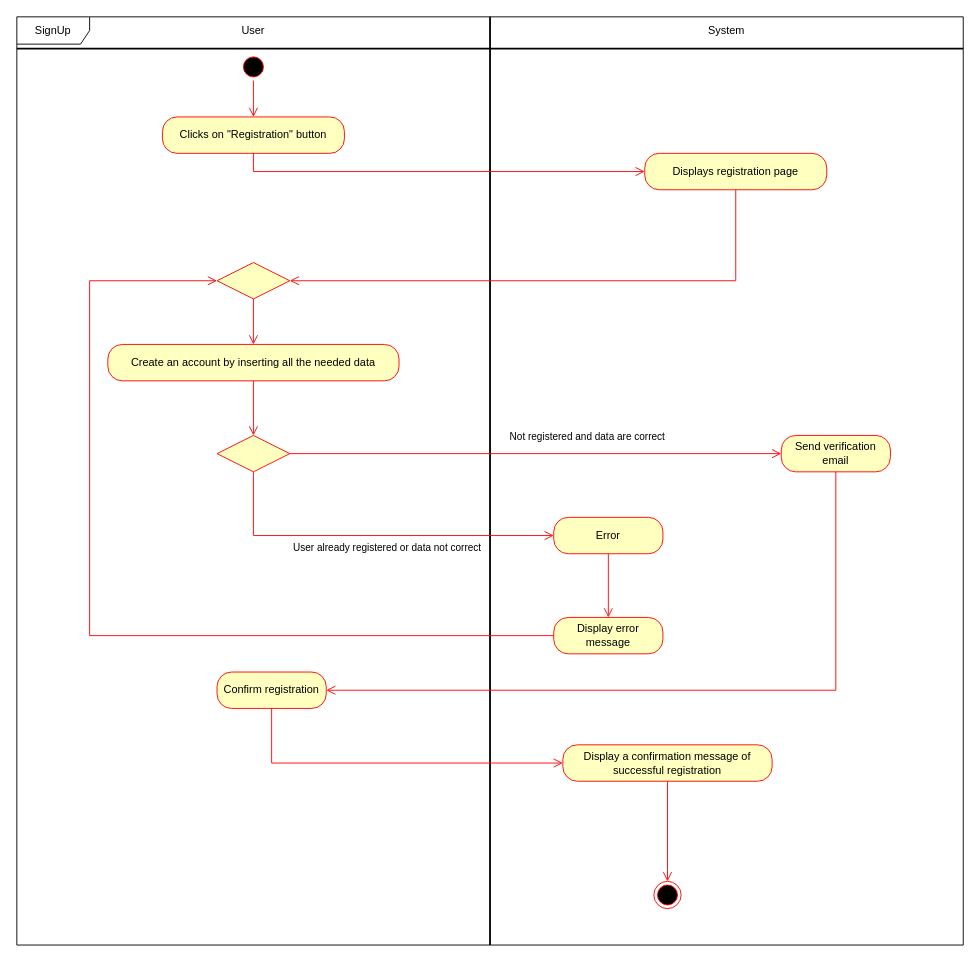
matteovisotto/SE2-CecchettoSirianiVisotto keeps this draw.io diagram as page "SignUp" (1 of 4) of User.drawio. Above is the earlier version. Source tidied: cells renumbered, new cells numbered last; positions are measured from the earlier drawing's top-left corner, leaving out a move shared by most shapes. Both pictures are drawn from the tidied source at 91%, with x=0, y=0 at pixel (16, 16).
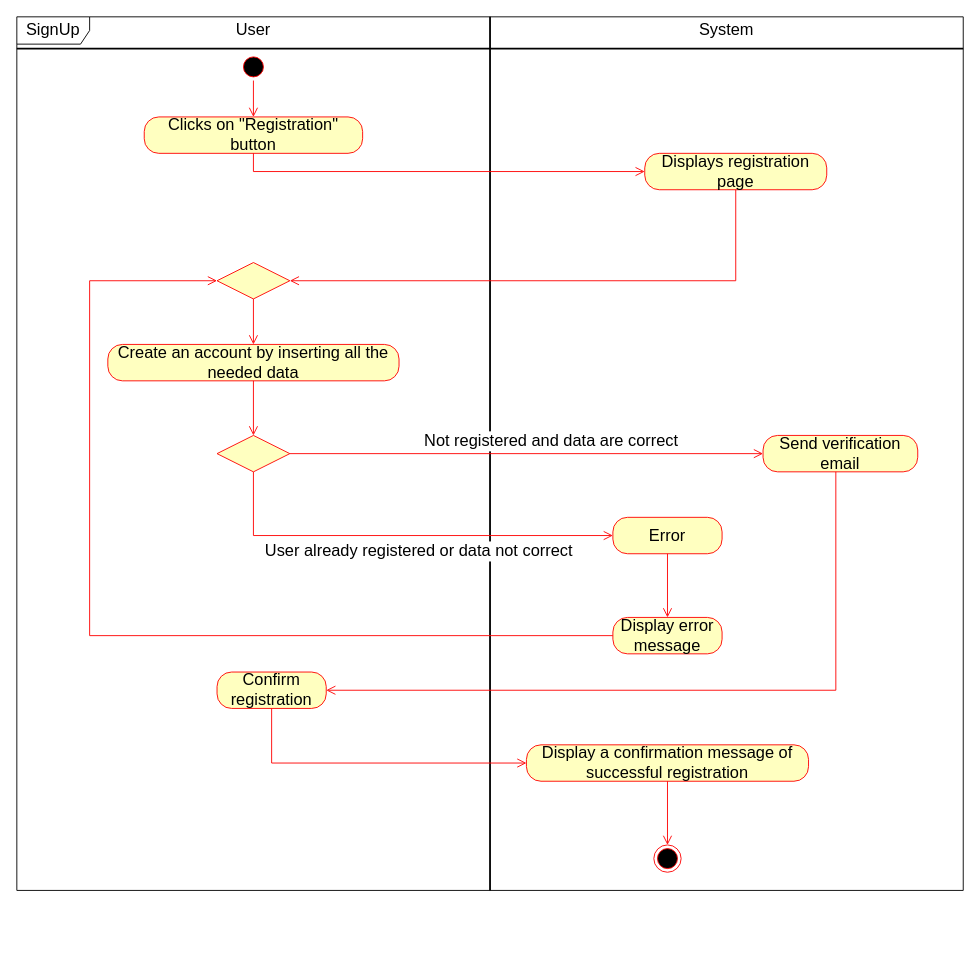
The same diagram, later.

The change refers to these unchanged cells:
```xml
<mxCell id="10" style="rhombus;whiteSpace=wrap;html=1;fillColor=#ffffc0;strokeColor=#ff0000;" parent="1" vertex="1">
  <mxGeometry x="220" y="460" width="80" height="40" as="geometry" />
</mxCell>
```

The edit, as a diff of the source:
```diff
@@
-    <mxCell id="2" value="SignUp" style="shape=umlFrame;whiteSpace=wrap;html=1;width=80;height=30;" parent="1" vertex="1">
-      <mxGeometry width="1040" height="1020" as="geometry" />
+    <mxCell id="2" value="&lt;font style=&quot;font-size: 18px&quot;&gt;SignUp&lt;/font&gt;" style="shape=umlFrame;whiteSpace=wrap;html=1;width=80;height=30;" parent="1" vertex="1">
+      <mxGeometry width="1040" height="960" as="geometry" />
     </mxCell>
     <mxCell id="3" style="line;strokeWidth=2;direction=south;html=1;" parent="1" vertex="1">
-      <mxGeometry x="515" width="10" height="1020" as="geometry" />
+      <mxGeometry x="515" width="10" height="960" as="geometry" />
     </mxCell>
@@
-    <mxCell id="8" value="Create an account by inserting all the needed data" style="rounded=1;whiteSpace=wrap;html=1;arcSize=40;fontColor=#000000;fillColor=#ffffc0;strokeColor=#ff0000;" parent="1" vertex="1">
+    <mxCell id="8" value="&lt;font style=&quot;font-size: 18px&quot;&gt;Create an account by inserting all the needed data&lt;/font&gt;" style="rounded=1;whiteSpace=wrap;html=1;arcSize=40;fontColor=#000000;fillColor=#ffffc0;strokeColor=#ff0000;" parent="1" vertex="1">
       <mxGeometry x="100" y="360" width="320" height="40" as="geometry" />
     </mxCell>
@@
-    <mxCell id="11" value="Not registered and data are correct" style="edgeStyle=orthogonalEdgeStyle;html=1;align=left;verticalAlign=bottom;endArrow=open;endSize=8;strokeColor=#ff0000;rounded=0;" parent="1" edge="1" source="10" target="14">
-      <mxGeometry x="-0.11" y="10" relative="1" as="geometry" />
+    <mxCell id="11" value="&lt;font style=&quot;font-size: 18px&quot;&gt;Not registered and data are correct&lt;/font&gt;" style="edgeStyle=orthogonalEdgeStyle;html=1;align=left;verticalAlign=bottom;endArrow=open;endSize=8;strokeColor=#ff0000;rounded=0;" parent="1" edge="1" source="10" target="14">
+      <mxGeometry x="-0.44" relative="1" as="geometry" />
     </mxCell>
-    <mxCell id="12" value="User already registered or data not correct" style="edgeStyle=orthogonalEdgeStyle;html=1;align=left;verticalAlign=top;endArrow=open;endSize=8;strokeColor=#ff0000;rounded=0;" parent="1" edge="1" source="10" target="25">
-      <mxGeometry x="-0.44" relative="1" as="geometry">
+    <mxCell id="12" value="&lt;font style=&quot;font-size: 18px&quot;&gt;User already registered or data not correct&lt;/font&gt;" style="edgeStyle=orthogonalEdgeStyle;html=1;align=left;verticalAlign=top;endArrow=open;endSize=8;strokeColor=#ff0000;rounded=0;" parent="1" edge="1" source="10" target="25">
+      <mxGeometry x="-0.65" relative="1" as="geometry">
         <Array as="points">
           <mxPoint x="260" y="570" />
         </Array>
       </mxGeometry>
     </mxCell>
@@
-    <mxCell id="14" value="Send verification email" style="rounded=1;whiteSpace=wrap;html=1;arcSize=40;fontColor=#000000;fillColor=#ffffc0;strokeColor=#ff0000;" parent="1" vertex="1">
-      <mxGeometry x="840" y="460" width="120" height="40" as="geometry" />
+    <mxCell id="14" value="&lt;font style=&quot;font-size: 18px&quot;&gt;Send verification email&lt;/font&gt;" style="rounded=1;whiteSpace=wrap;html=1;arcSize=40;fontColor=#000000;fillColor=#ffffc0;strokeColor=#ff0000;" parent="1" vertex="1">
+      <mxGeometry x="820" y="460" width="170" height="40" as="geometry" />
     </mxCell>
@@
-    <mxCell id="16" value="Confirm registration" style="rounded=1;whiteSpace=wrap;html=1;arcSize=40;fontColor=#000000;fillColor=#ffffc0;strokeColor=#ff0000;" parent="1" vertex="1">
+    <mxCell id="16" value="&lt;font style=&quot;font-size: 18px&quot;&gt;Confirm registration&lt;/font&gt;" style="rounded=1;whiteSpace=wrap;html=1;arcSize=40;fontColor=#000000;fillColor=#ffffc0;strokeColor=#ff0000;" parent="1" vertex="1">
       <mxGeometry x="220" y="720" width="120" height="40" as="geometry" />
     </mxCell>
@@
-    <mxCell id="18" value="Display a confirmation message of successful registration" style="rounded=1;whiteSpace=wrap;html=1;arcSize=40;fontColor=#000000;fillColor=#ffffc0;strokeColor=#ff0000;" parent="1" vertex="1">
-      <mxGeometry x="600" y="800" width="230" height="40" as="geometry" />
+    <mxCell id="18" value="&lt;font style=&quot;font-size: 18px&quot;&gt;Display a confirmation message of successful registration&lt;/font&gt;" style="rounded=1;whiteSpace=wrap;html=1;arcSize=40;fontColor=#000000;fillColor=#ffffc0;strokeColor=#ff0000;" parent="1" vertex="1">
+      <mxGeometry x="560" y="800" width="310" height="40" as="geometry" />
     </mxCell>
@@
     <mxCell id="20" style="ellipse;html=1;shape=endState;fillColor=#000000;strokeColor=#ff0000;" parent="1" vertex="1">
-      <mxGeometry x="700" y="950" width="30" height="30" as="geometry" />
+      <mxGeometry x="700" y="910" width="30" height="30" as="geometry" />
     </mxCell>
@@
-    <mxCell id="22" value="User" style="text;html=1;strokeColor=none;fillColor=none;align=center;verticalAlign=middle;whiteSpace=wrap;rounded=0;" parent="1" vertex="1">
+    <mxCell id="22" value="&lt;font style=&quot;font-size: 18px&quot;&gt;User&lt;/font&gt;" style="text;html=1;strokeColor=none;fillColor=none;align=center;verticalAlign=middle;whiteSpace=wrap;rounded=0;" parent="1" vertex="1">
       <mxGeometry x="230" width="60" height="30" as="geometry" />
     </mxCell>
-    <mxCell id="23" value="System" style="text;html=1;strokeColor=none;fillColor=none;align=center;verticalAlign=middle;whiteSpace=wrap;rounded=0;" parent="1" vertex="1">
+    <mxCell id="23" value="&lt;font style=&quot;font-size: 18px&quot;&gt;System&lt;/font&gt;" style="text;html=1;strokeColor=none;fillColor=none;align=center;verticalAlign=middle;whiteSpace=wrap;rounded=0;" parent="1" vertex="1">
       <mxGeometry x="750" width="60" height="30" as="geometry" />
     </mxCell>
-    <mxCell id="24" value="Display error message" style="rounded=1;whiteSpace=wrap;html=1;arcSize=40;fontColor=#000000;fillColor=#ffffc0;strokeColor=#ff0000;" parent="1" vertex="1">
-      <mxGeometry x="590" y="660" width="120" height="40" as="geometry" />
+    <mxCell id="24" value="&lt;font style=&quot;font-size: 18px&quot;&gt;Display error message&lt;/font&gt;" style="rounded=1;whiteSpace=wrap;html=1;arcSize=40;fontColor=#000000;fillColor=#ffffc0;strokeColor=#ff0000;" parent="1" vertex="1">
+      <mxGeometry x="655" y="660" width="120" height="40" as="geometry" />
     </mxCell>
-    <mxCell id="25" value="Error" style="rounded=1;whiteSpace=wrap;html=1;arcSize=40;fontColor=#000000;fillColor=#ffffc0;strokeColor=#ff0000;" parent="1" vertex="1">
-      <mxGeometry x="590" y="550" width="120" height="40" as="geometry" />
+    <mxCell id="25" value="&lt;font style=&quot;font-size: 18px&quot;&gt;Error&lt;/font&gt;" style="rounded=1;whiteSpace=wrap;html=1;arcSize=40;fontColor=#000000;fillColor=#ffffc0;strokeColor=#ff0000;" parent="1" vertex="1">
+      <mxGeometry x="655" y="550" width="120" height="40" as="geometry" />
     </mxCell>
@@
-    <mxCell id="27" value="Clicks on &quot;Registration&quot; button" style="rounded=1;whiteSpace=wrap;html=1;arcSize=40;fontColor=#000000;fillColor=#ffffc0;strokeColor=#ff0000;" parent="1" vertex="1">
-      <mxGeometry x="160" y="110" width="200" height="40" as="geometry" />
+    <mxCell id="27" value="&lt;font style=&quot;font-size: 18px&quot;&gt;Clicks on &quot;Registration&quot; button&lt;/font&gt;" style="rounded=1;whiteSpace=wrap;html=1;arcSize=40;fontColor=#000000;fillColor=#ffffc0;strokeColor=#ff0000;" parent="1" vertex="1">
+      <mxGeometry x="140" y="110" width="240" height="40" as="geometry" />
     </mxCell>
@@
-    <mxCell id="29" value="Displays registration page" style="rounded=1;whiteSpace=wrap;html=1;arcSize=40;fontColor=#000000;fillColor=#ffffc0;strokeColor=#ff0000;" parent="1" vertex="1">
+    <mxCell id="29" value="&lt;font style=&quot;font-size: 18px&quot;&gt;Displays registration page&lt;/font&gt;" style="rounded=1;whiteSpace=wrap;html=1;arcSize=40;fontColor=#000000;fillColor=#ffffc0;strokeColor=#ff0000;" parent="1" vertex="1">
       <mxGeometry x="690" y="150" width="200" height="40" as="geometry" />
     </mxCell>
```
